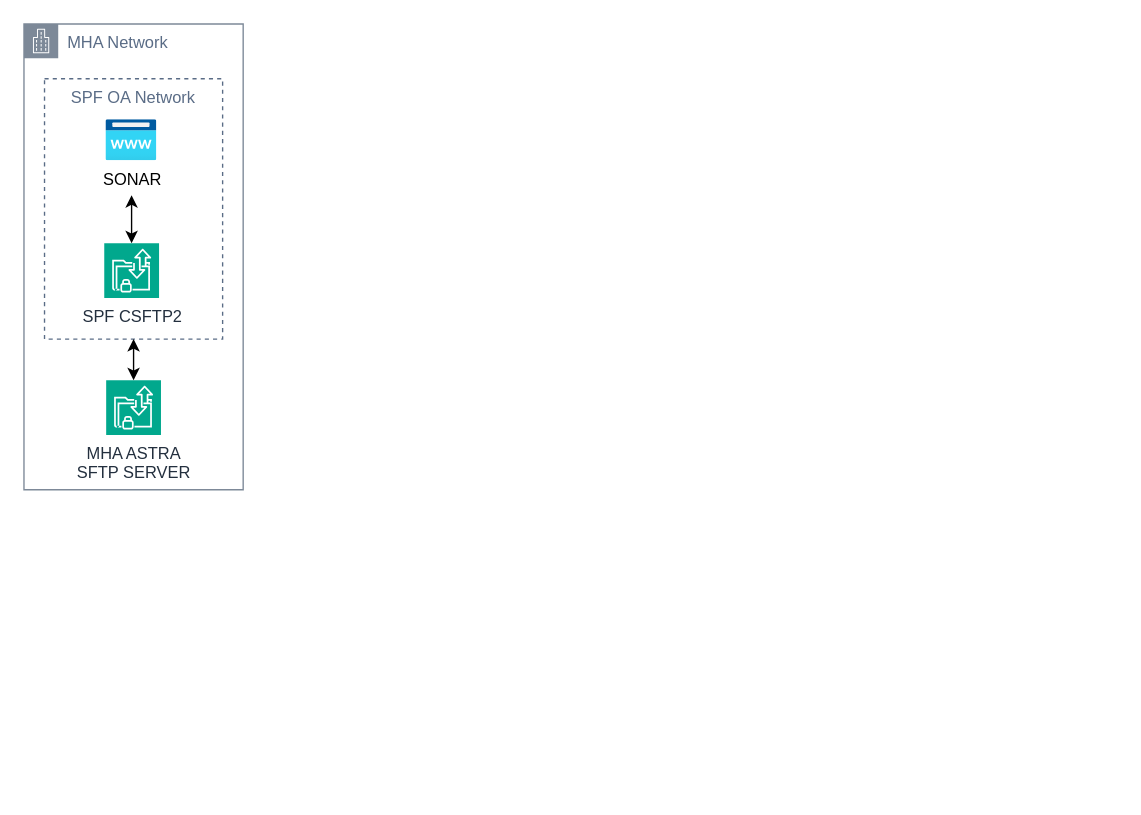
Earlier version of the draw.io diagram STR App.drawio (kelvinnvl/TGCopyBot). Source tidied: cells renumbered, new cells numbered last; positions are measured from the earlier drawing's top-left corner, leaving out a move shared by most shapes. Both pictures are drawn from the tidied source at 137%, with x=0, y=0 at pixel (23, 23).
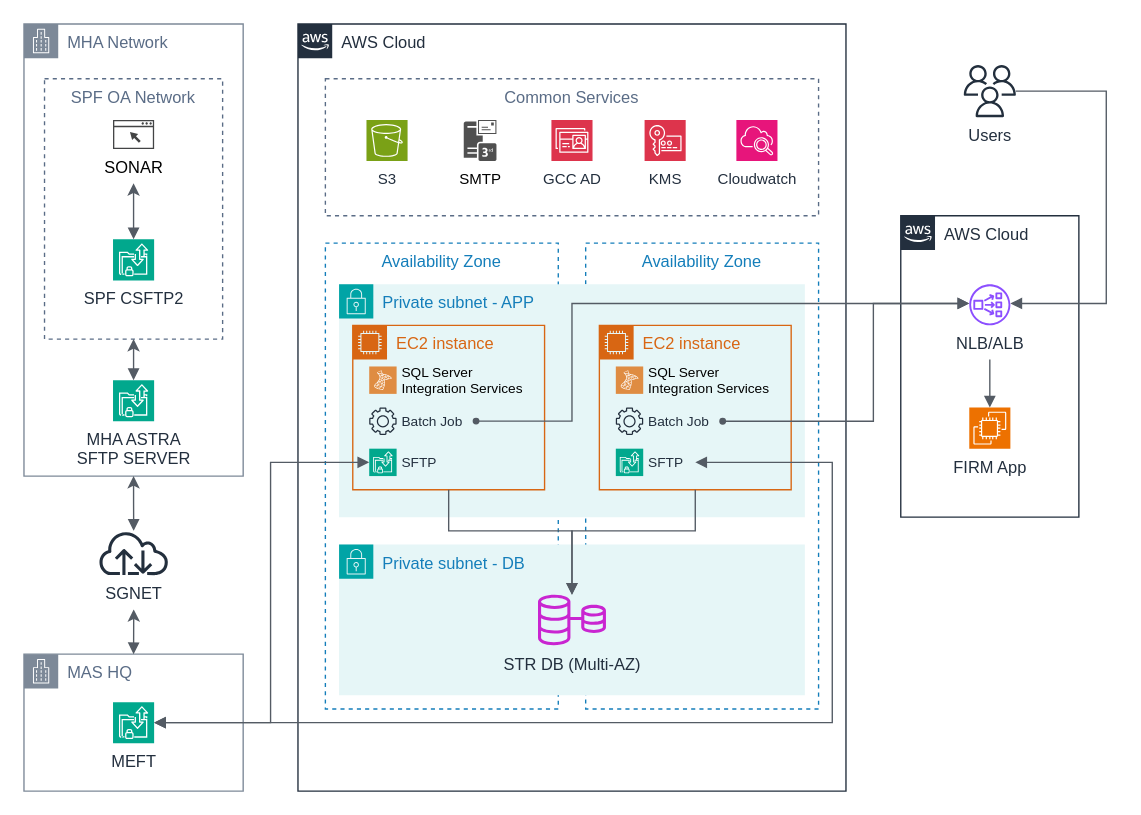
After the change.

Unchanged cells that the change refers to:
```xml
<mxCell id="3" value="SPF OA Network" style="fillColor=none;strokeColor=#5A6C86;dashed=1;verticalAlign=top;fontStyle=0;fontColor=#5A6C86;whiteSpace=wrap;html=1;" parent="2" vertex="1">
  <mxGeometry x="15" y="40" width="130" height="190" as="geometry" />
</mxCell>
```

Diff of the diagram source:
```diff
@@
     <mxCell id="2" value="MHA Network" style="points=[[0,0],[0.25,0],[0.5,0],[0.75,0],[1,0],[1,0.25],[1,0.5],[1,0.75],[1,1],[0.75,1],[0.5,1],[0.25,1],[0,1],[0,0.75],[0,0.5],[0,0.25]];outlineConnect=0;gradientColor=none;html=1;whiteSpace=wrap;fontSize=12;fontStyle=0;shape=mxgraph.aws4.group;grIcon=mxgraph.aws4.group_corporate_data_center;strokeColor=#7D8998;fillColor=none;verticalAlign=top;align=left;spacingLeft=30;fontColor=#5A6C86;dashed=0;" parent="1" vertex="1">
-      <mxGeometry width="160" height="340" as="geometry" />
+      <mxGeometry width="160" height="330" as="geometry" />
     </mxCell>
@@
-    <mxCell id="4" style="edgeStyle=orthogonalEdgeStyle;rounded=0;jettySize=auto;html=1;exitX=0.5;exitY=1;exitDx=0;exitDy=25;exitPerimeter=0;startArrow=classic;startFill=1;" parent="2" edge="1" source="5" target="6">
-      <mxGeometry relative="1" as="geometry" />
-    </mxCell>
-    <mxCell id="5" value="SONAR" style="image;html=1;points=[[0.5,1,0,0,25]];align=center;fontSize=12;image=img/lib/azure2/app_services/App_Service_Domains.svg;" parent="2" vertex="1">
-      <mxGeometry x="60" y="70" width="37.1" height="30" as="geometry" />
-    </mxCell>
     <mxCell id="6" value="SPF CSFTP2" style="sketch=0;points=[[0,0,0],[0.25,0,0],[0.5,0,0],[0.75,0,0],[1,0,0],[0,1,0],[0.25,1,0],[0.5,1,0],[0.75,1,0],[1,1,0],[0,0.25,0],[0,0.5,0],[0,0.75,0],[1,0.25,0],[1,0.5,0],[1,0.75,0]];outlineConnect=0;fontColor=#232F3E;fillColor=#01A88D;strokeColor=#ffffff;dashed=0;verticalLabelPosition=bottom;verticalAlign=top;align=center;html=1;fontSize=12;fontStyle=0;shape=mxgraph.aws4.resourceIcon;resIcon=mxgraph.aws4.transfer_for_sftp;" parent="2" vertex="1">
-      <mxGeometry x="58.6" y="160" width="40" height="40" as="geometry" />
+      <mxGeometry x="65" y="157.2" width="30" height="30" as="geometry" />
     </mxCell>
     <mxCell id="7" value="MHA ASTRA&lt;div&gt;SFTP SERVER&lt;/div&gt;" style="sketch=0;points=[[0,0,0],[0.25,0,0],[0.5,0,0],[0.75,0,0],[1,0,0],[0,1,0],[0.25,1,0],[0.5,1,0],[0.75,1,0],[1,1,0],[0,0.25,0],[0,0.5,0],[0,0.75,0],[1,0.25,0],[1,0.5,0],[1,0.75,0]];outlineConnect=0;fontColor=#232F3E;fillColor=#01A88D;strokeColor=#ffffff;dashed=0;verticalLabelPosition=bottom;verticalAlign=top;align=center;html=1;fontSize=12;fontStyle=0;shape=mxgraph.aws4.resourceIcon;resIcon=mxgraph.aws4.transfer_for_sftp;" parent="2" vertex="1">
-      <mxGeometry x="60" y="260" width="40" height="40" as="geometry" />
+      <mxGeometry x="65" y="260" width="30" height="30" as="geometry" />
     </mxCell>
+    <mxCell id="4" style="edgeStyle=orthogonalEdgeStyle;html=1;endArrow=block;elbow=vertical;startArrow=classic;endFill=1;strokeColor=#545B64;rounded=0;exitX=0.5;exitY=1;exitDx=0;exitDy=25;exitPerimeter=0;startFill=1;" parent="2" edge="1" source="5" target="6">
+      <mxGeometry relative="1" as="geometry" />
+    </mxCell>
-    <mxCell id="8" style="edgeStyle=orthogonalEdgeStyle;rounded=0;jettySize=auto;html=1;exitX=0.5;exitY=1;exitDx=0;exitDy=0;entryX=0.5;entryY=0;entryDx=0;entryDy=0;entryPerimeter=0;startArrow=classic;startFill=1;" parent="2" edge="1" source="3" target="7">
+    <mxCell id="8" style="edgeStyle=orthogonalEdgeStyle;html=1;endArrow=block;elbow=vertical;startArrow=classic;endFill=1;strokeColor=#545B64;rounded=0;exitX=0.5;exitY=1;exitDx=0;exitDy=0;startFill=1;" parent="2" edge="1" source="3" target="7">
       <mxGeometry relative="1" as="geometry" />
     </mxCell>
+    <mxCell id="5" value="SONAR" style="sketch=0;shadow=0;dashed=0;html=1;strokeColor=none;fillColor=#434445;labelPosition=center;verticalLabelPosition=bottom;verticalAlign=top;align=center;outlineConnect=0;shape=mxgraph.vvd.web_browser;points=[[0.5,1,0,0,25]];" parent="2" vertex="1">
+      <mxGeometry x="65" y="70" width="30" height="21.3" as="geometry" />
+    </mxCell>
+    <mxCell id="9" value="SGNET" style="sketch=0;outlineConnect=0;fontColor=#232F3E;gradientColor=none;fillColor=#232F3D;strokeColor=none;dashed=0;verticalLabelPosition=bottom;verticalAlign=top;align=center;html=1;fontSize=12;fontStyle=0;shape=mxgraph.aws4.internet;points=[[0.5,1,0,0,25]];" parent="1" vertex="1">
+      <mxGeometry x="53.8" y="370" width="52.5" height="32.3" as="geometry" />
+    </mxCell>
+    <mxCell id="10" value="MAS HQ" style="points=[[0,0],[0.25,0],[0.5,0],[0.75,0],[1,0],[1,0.25],[1,0.5],[1,0.75],[1,1],[0.75,1],[0.5,1],[0.25,1],[0,1],[0,0.75],[0,0.5],[0,0.25]];outlineConnect=0;gradientColor=none;html=1;whiteSpace=wrap;fontSize=12;fontStyle=0;shape=mxgraph.aws4.group;grIcon=mxgraph.aws4.group_corporate_data_center;strokeColor=#7D8998;fillColor=none;verticalAlign=top;align=left;spacingLeft=30;fontColor=#5A6C86;dashed=0;" parent="1" vertex="1">
+      <mxGeometry y="460" width="160" height="100" as="geometry" />
+    </mxCell>
+    <mxCell id="11" value="MEFT" style="sketch=0;points=[[0,0,0],[0.25,0,0],[0.5,0,0],[0.75,0,0],[1,0,0],[0,1,0],[0.25,1,0],[0.5,1,0],[0.75,1,0],[1,1,0],[0,0.25,0],[0,0.5,0],[0,0.75,0],[1,0.25,0],[1,0.5,0],[1,0.75,0]];outlineConnect=0;fontColor=#232F3E;fillColor=#01A88D;strokeColor=#ffffff;dashed=0;verticalLabelPosition=bottom;verticalAlign=top;align=center;html=1;fontSize=12;fontStyle=0;shape=mxgraph.aws4.resourceIcon;resIcon=mxgraph.aws4.transfer_for_sftp;" parent="10" vertex="1">
+      <mxGeometry x="65" y="35" width="30" height="30" as="geometry" />
+    </mxCell>
+    <mxCell id="12" value="AWS Cloud" style="gradientColor=none;html=1;whiteSpace=wrap;fontSize=12;fontStyle=0;shape=mxgraph.aws4.group;grIcon=mxgraph.aws4.group_aws_cloud_alt;strokeColor=#232F3E;fillColor=none;verticalAlign=top;align=left;spacingLeft=30;fontColor=#232F3E;dashed=0;" parent="1" vertex="1">
+      <mxGeometry x="200" width="400" height="560" as="geometry" />
+    </mxCell>
+    <mxCell id="13" value="Common Services" style="fillColor=none;strokeColor=#5A6C86;dashed=1;verticalAlign=top;fontStyle=0;fontColor=#5A6C86;whiteSpace=wrap;html=1;" parent="12" vertex="1">
+      <mxGeometry x="20" y="40" width="360" height="100" as="geometry" />
+    </mxCell>
+    <mxCell id="14" value="S3" style="sketch=0;fontColor=#232F3E;fillColor=#7AA116;strokeColor=#ffffff;dashed=0;verticalLabelPosition=bottom;verticalAlign=top;align=center;html=1;fontSize=11;fontStyle=0;shape=mxgraph.aws4.resourceIcon;resIcon=mxgraph.aws4.s3;" parent="12" vertex="1">
+      <mxGeometry x="50" y="70" width="30" height="30" as="geometry" />
+    </mxCell>
+    <mxCell id="15" value="GCC AD" style="sketch=0;fontColor=#232F3E;fillColor=#DD344C;strokeColor=#ffffff;dashed=0;verticalLabelPosition=bottom;verticalAlign=top;align=center;html=1;fontSize=11;fontStyle=0;shape=mxgraph.aws4.resourceIcon;resIcon=mxgraph.aws4.directory_service;" parent="12" vertex="1">
+      <mxGeometry x="185" y="70" width="30" height="30" as="geometry" />
+    </mxCell>
+    <mxCell id="16" value="KMS" style="sketch=0;fontColor=#232F3E;fillColor=#DD344C;strokeColor=#ffffff;dashed=0;verticalLabelPosition=bottom;verticalAlign=top;align=center;html=1;fontSize=11;fontStyle=0;shape=mxgraph.aws4.resourceIcon;resIcon=mxgraph.aws4.key_management_service;" parent="12" vertex="1">
+      <mxGeometry x="253" y="70" width="30" height="30" as="geometry" />
+    </mxCell>
+    <mxCell id="17" value="Cloudwatch" style="sketch=0;fontColor=#232F3E;fillColor=#E7157B;strokeColor=#ffffff;dashed=0;verticalLabelPosition=bottom;verticalAlign=top;align=center;html=1;fontSize=11;fontStyle=0;shape=mxgraph.aws4.resourceIcon;resIcon=mxgraph.aws4.cloudwatch_2;" parent="12" vertex="1">
+      <mxGeometry x="320" y="70" width="30" height="30" as="geometry" />
+    </mxCell>
+    <mxCell id="18" value="SMTP" style="sketch=0;shadow=0;dashed=0;html=1;strokeColor=none;fillColor=#505050;labelPosition=center;verticalLabelPosition=bottom;verticalAlign=top;align=center;shape=mxgraph.office.servers.3rd_party_mail_server;fontSize=11;" parent="12" vertex="1">
+      <mxGeometry x="121" y="70" width="23.9" height="30" as="geometry" />
+    </mxCell>
+    <mxCell id="19" value="Availability Zone" style="fillColor=none;strokeColor=#147EBA;dashed=1;verticalAlign=top;fontStyle=0;fontColor=#147EBA;whiteSpace=wrap;html=1;" parent="12" vertex="1">
+      <mxGeometry x="20" y="160" width="170" height="340" as="geometry" />
+    </mxCell>
+    <mxCell id="20" value="Availability Zone" style="fillColor=none;strokeColor=#147EBA;dashed=1;verticalAlign=top;fontStyle=0;fontColor=#147EBA;whiteSpace=wrap;html=1;" parent="12" vertex="1">
+      <mxGeometry x="210" y="160" width="170" height="340" as="geometry" />
+    </mxCell>
+    <mxCell id="21" value="Private subnet - APP" style="gradientColor=none;html=1;whiteSpace=wrap;fontSize=12;fontStyle=0;shape=mxgraph.aws4.group;grIcon=mxgraph.aws4.group_security_group;grStroke=0;strokeColor=#00A4A6;fillColor=#E6F6F7;verticalAlign=top;align=left;spacingLeft=30;fontColor=#147EBA;dashed=0;" parent="12" vertex="1">
+      <mxGeometry x="30" y="190" width="340" height="170" as="geometry" />
+    </mxCell>
+    <mxCell id="22" value="EC2 instance" style="points=[[0,0],[0.25,0],[0.5,0],[0.75,0],[1,0],[1,0.25],[1,0.5],[1,0.75],[1,1],[0.75,1],[0.5,1],[0.25,1],[0,1],[0,0.75],[0,0.5],[0,0.25]];outlineConnect=0;gradientColor=none;html=1;whiteSpace=wrap;fontSize=12;fontStyle=0;shape=mxgraph.aws4.group;grIcon=mxgraph.aws4.group_ec2_instance_contents;strokeColor=#D86613;fillColor=none;verticalAlign=top;align=left;spacingLeft=30;fontColor=#D86613;dashed=0;" parent="21" vertex="1">
+      <mxGeometry x="10" y="30" width="140" height="120" as="geometry" />
+    </mxCell>
+    <mxCell id="23" value="SQL Server&lt;div style=&quot;font-size: 10px;&quot;&gt;Integration Services&lt;/div&gt;" style="sketch=0;shadow=0;dashed=0;html=1;strokeColor=none;fillColor=#DF8C42;labelPosition=right;verticalLabelPosition=middle;verticalAlign=middle;align=left;shape=mxgraph.veeam2.microsoft_sql;fontSize=10;spacingLeft=2;" parent="22" vertex="1">
+      <mxGeometry x="12" y="30" width="20" height="20" as="geometry" />
+    </mxCell>
+    <mxCell id="24" value="SFTP" style="sketch=0;points=[[0,0,0],[0.25,0,0],[0.5,0,0],[0.75,0,0],[1,0,0],[0,1,0],[0.25,1,0],[0.5,1,0],[0.75,1,0],[1,1,0],[0,0.25,0],[0,0.5,0],[0,0.75,0],[1,0.25,0],[1,0.5,0],[1,0.75,0]];outlineConnect=0;fontColor=#232F3E;fillColor=#01A88D;strokeColor=#ffffff;dashed=0;verticalLabelPosition=middle;verticalAlign=middle;align=left;html=1;fontSize=10;fontStyle=0;shape=mxgraph.aws4.resourceIcon;resIcon=mxgraph.aws4.transfer_for_sftp;labelPosition=right;spacingLeft=2;" parent="22" vertex="1">
+      <mxGeometry x="12" y="90" width="20" height="20" as="geometry" />
+    </mxCell>
+    <mxCell id="25" value="Batch Job" style="sketch=0;fontColor=#232F3E;gradientColor=none;fillColor=#232F3D;strokeColor=none;dashed=0;verticalLabelPosition=middle;verticalAlign=middle;align=left;html=1;fontSize=10;fontStyle=0;shape=mxgraph.aws4.gear;labelPosition=right;spacingLeft=2;" parent="22" vertex="1">
+      <mxGeometry x="12" y="60" width="20" height="20" as="geometry" />
+    </mxCell>
+    <mxCell id="26" value="EC2 instance" style="points=[[0,0],[0.25,0],[0.5,0],[0.75,0],[1,0],[1,0.25],[1,0.5],[1,0.75],[1,1],[0.75,1],[0.5,1],[0.25,1],[0,1],[0,0.75],[0,0.5],[0,0.25]];outlineConnect=0;gradientColor=none;html=1;whiteSpace=wrap;fontSize=12;fontStyle=0;shape=mxgraph.aws4.group;grIcon=mxgraph.aws4.group_ec2_instance_contents;strokeColor=#D86613;fillColor=none;verticalAlign=top;align=left;spacingLeft=30;fontColor=#D86613;dashed=0;" parent="21" vertex="1">
+      <mxGeometry x="190" y="30" width="140" height="120" as="geometry" />
+    </mxCell>
+    <mxCell id="27" value="SQL Server&lt;div style=&quot;font-size: 10px;&quot;&gt;Integration Services&lt;/div&gt;" style="sketch=0;shadow=0;dashed=0;html=1;strokeColor=none;fillColor=#DF8C42;labelPosition=right;verticalLabelPosition=middle;verticalAlign=middle;align=left;shape=mxgraph.veeam2.microsoft_sql;fontSize=10;spacingLeft=2;" parent="26" vertex="1">
+      <mxGeometry x="12" y="30" width="20" height="20" as="geometry" />
+    </mxCell>
+    <mxCell id="28" value="SFTP" style="sketch=0;fontColor=#232F3E;fillColor=#01A88D;strokeColor=#ffffff;dashed=0;verticalLabelPosition=middle;verticalAlign=middle;align=left;html=1;fontSize=10;fontStyle=0;shape=mxgraph.aws4.resourceIcon;resIcon=mxgraph.aws4.transfer_for_sftp;labelPosition=right;spacingLeft=2;" parent="26" vertex="1">
+      <mxGeometry x="12" y="90" width="20" height="20" as="geometry" />
+    </mxCell>
+    <mxCell id="29" value="Batch Job" style="sketch=0;fontColor=#232F3E;gradientColor=none;fillColor=#232F3D;strokeColor=none;dashed=0;verticalLabelPosition=middle;verticalAlign=middle;align=left;html=1;fontSize=10;fontStyle=0;shape=mxgraph.aws4.gear;labelPosition=right;spacingLeft=2;" parent="26" vertex="1">
+      <mxGeometry x="12" y="60" width="20" height="20" as="geometry" />
+    </mxCell>
+    <mxCell id="30" value="Private subnet - DB" style="gradientColor=none;html=1;whiteSpace=wrap;fontSize=12;fontStyle=0;shape=mxgraph.aws4.group;grIcon=mxgraph.aws4.group_security_group;grStroke=0;strokeColor=#00A4A6;fillColor=#E6F6F7;verticalAlign=top;align=left;spacingLeft=30;fontColor=#147EBA;dashed=0;" parent="12" vertex="1">
+      <mxGeometry x="30" y="380" width="340" height="110" as="geometry" />
+    </mxCell>
+    <mxCell id="31" value="STR DB (Multi-AZ)" style="sketch=0;outlineConnect=0;fontColor=#232F3E;gradientColor=none;fillColor=#C925D1;strokeColor=none;dashed=0;verticalLabelPosition=bottom;verticalAlign=top;align=center;html=1;fontSize=12;fontStyle=0;shape=mxgraph.aws4.rds_multi_az;" parent="30" vertex="1">
+      <mxGeometry x="145.2" y="36.6" width="49.6" height="36.9" as="geometry" />
+    </mxCell>
+    <mxCell id="32" style="edgeStyle=orthogonalEdgeStyle;html=1;endArrow=block;elbow=vertical;startArrow=none;endFill=1;strokeColor=#545B64;rounded=0;exitX=0.5;exitY=1;exitDx=0;exitDy=0;" parent="12" edge="1" source="22" target="31">
+      <mxGeometry relative="1" as="geometry">
+        <Array as="points">
+          <mxPoint x="110" y="370" />
+          <mxPoint x="200" y="370" />
+        </Array>
+      </mxGeometry>
+    </mxCell>
+    <mxCell id="33" style="edgeStyle=orthogonalEdgeStyle;html=1;endArrow=block;elbow=vertical;startArrow=none;endFill=1;strokeColor=#545B64;rounded=0;exitX=0.5;exitY=1;exitDx=0;exitDy=0;" parent="12" edge="1" source="26" target="31">
+      <mxGeometry relative="1" as="geometry">
+        <Array as="points">
+          <mxPoint x="290" y="370" />
+          <mxPoint x="200" y="370" />
+        </Array>
+      </mxGeometry>
+    </mxCell>
+    <mxCell id="34" value="AWS Cloud" style="gradientColor=none;html=1;whiteSpace=wrap;fontSize=12;fontStyle=0;shape=mxgraph.aws4.group;grIcon=mxgraph.aws4.group_aws_cloud_alt;strokeColor=#232F3E;fillColor=none;verticalAlign=top;align=left;spacingLeft=30;fontColor=#232F3E;dashed=0;" parent="1" vertex="1">
+      <mxGeometry x="640" y="140" width="130" height="220" as="geometry" />
+    </mxCell>
+    <mxCell id="35" value="NLB/ALB" style="sketch=0;outlineConnect=0;fontColor=#232F3E;gradientColor=none;fillColor=#8C4FFF;strokeColor=none;dashed=0;verticalLabelPosition=bottom;verticalAlign=top;align=center;html=1;fontSize=12;fontStyle=0;shape=mxgraph.aws4.network_load_balancer;points=[[0.5,1,0,0,25]];" parent="34" vertex="1">
+      <mxGeometry x="50" y="50" width="30" height="30" as="geometry" />
+    </mxCell>
+    <mxCell id="36" value="FIRM App" style="sketch=0;points=[[0,0,0],[0.25,0,0],[0.5,0,0],[0.75,0,0],[1,0,0],[0,1,0],[0.25,1,0],[0.5,1,0],[0.75,1,0],[1,1,0],[0,0.25,0],[0,0.5,0],[0,0.75,0],[1,0.25,0],[1,0.5,0],[1,0.75,0]];outlineConnect=0;fontColor=#232F3E;fillColor=#ED7100;strokeColor=#ffffff;dashed=0;verticalLabelPosition=bottom;verticalAlign=top;align=center;html=1;fontSize=12;fontStyle=0;shape=mxgraph.aws4.resourceIcon;resIcon=mxgraph.aws4.ec2;" parent="34" vertex="1">
+      <mxGeometry x="50" y="140" width="30" height="30" as="geometry" />
+    </mxCell>
+    <mxCell id="37" style="edgeStyle=orthogonalEdgeStyle;html=1;endArrow=block;elbow=vertical;startArrow=none;endFill=1;strokeColor=#545B64;rounded=0;exitX=0.5;exitY=1;exitDx=0;exitDy=25;exitPerimeter=0;" parent="34" edge="1" source="35" target="36">
+      <mxGeometry relative="1" as="geometry" />
+    </mxCell>
+    <mxCell id="38" style="edgeStyle=orthogonalEdgeStyle;html=1;endArrow=block;elbow=vertical;startArrow=oval;endFill=1;strokeColor=#545B64;rounded=0;startFill=1;startSize=4;exitX=0.647;exitY=0.382;exitDx=0;exitDy=0;exitPerimeter=0;" parent="1" edge="1" source="19" target="35">
+      <mxGeometry relative="1" as="geometry">
+        <Array as="points">
+          <mxPoint x="400" y="290" />
+          <mxPoint x="400" y="204" />
+        </Array>
+      </mxGeometry>
+    </mxCell>
+    <mxCell id="39" style="edgeStyle=orthogonalEdgeStyle;html=1;endArrow=block;elbow=vertical;startArrow=oval;endFill=1;strokeColor=#545B64;rounded=0;startFill=1;startSize=4;" parent="1" edge="1" target="35">
+      <mxGeometry relative="1" as="geometry">
+        <mxPoint x="510" y="290" as="sourcePoint" />
+        <Array as="points">
+          <mxPoint x="620" y="290" />
+          <mxPoint x="620" y="204" />
+        </Array>
+      </mxGeometry>
+    </mxCell>
+    <mxCell id="40" value="Users" style="sketch=0;outlineConnect=0;fontColor=#232F3E;gradientColor=none;fillColor=#232F3D;strokeColor=none;dashed=0;verticalLabelPosition=bottom;verticalAlign=top;align=center;html=1;fontSize=12;fontStyle=0;shape=mxgraph.aws4.users;" parent="1" vertex="1">
+      <mxGeometry x="686" y="30" width="38" height="38" as="geometry" />
+    </mxCell>
+    <mxCell id="41" style="edgeStyle=orthogonalEdgeStyle;html=1;endArrow=block;elbow=vertical;startArrow=none;endFill=1;strokeColor=#545B64;rounded=0;jumpStyle=none;" parent="1" edge="1" source="40" target="35">
+      <mxGeometry relative="1" as="geometry">
+        <Array as="points">
+          <mxPoint x="790" y="49" />
+          <mxPoint x="790" y="204" />
+        </Array>
+      </mxGeometry>
+    </mxCell>
+    <mxCell id="42" style="edgeStyle=orthogonalEdgeStyle;html=1;endArrow=block;elbow=vertical;startArrow=classic;endFill=1;strokeColor=#545B64;rounded=0;exitX=0.5;exitY=1;exitDx=0;exitDy=25;exitPerimeter=0;startFill=1;" parent="1" edge="1" source="9" target="10">
+      <mxGeometry relative="1" as="geometry" />
+    </mxCell>
+    <mxCell id="43" style="edgeStyle=orthogonalEdgeStyle;html=1;endArrow=block;elbow=vertical;startArrow=classic;endFill=1;strokeColor=#545B64;rounded=0;exitX=0.5;exitY=1;exitDx=0;exitDy=0;startFill=1;" parent="1" edge="1" source="2" target="9">
+      <mxGeometry relative="1" as="geometry" />
+    </mxCell>
+    <mxCell id="44" style="edgeStyle=orthogonalEdgeStyle;html=1;endArrow=block;elbow=vertical;startArrow=block;startFill=1;endFill=1;strokeColor=#545B64;rounded=0;entryX=0;entryY=0.5;entryDx=0;entryDy=0;entryPerimeter=0;exitX=1;exitY=0.5;exitDx=0;exitDy=0;exitPerimeter=0;" parent="1" edge="1" source="11" target="24">
+      <mxGeometry relative="1" as="geometry">
+        <Array as="points">
+          <mxPoint x="180" y="510" />
+          <mxPoint x="180" y="320" />
+        </Array>
+      </mxGeometry>
+    </mxCell>
+    <mxCell id="45" style="edgeStyle=orthogonalEdgeStyle;html=1;endArrow=block;elbow=vertical;startArrow=block;startFill=1;endFill=1;strokeColor=#545B64;rounded=0;exitX=1;exitY=0.5;exitDx=0;exitDy=0;exitPerimeter=0;" parent="1" edge="1" source="11">
+      <mxGeometry relative="1" as="geometry">
+        <mxPoint x="490" y="320" as="targetPoint" />
+        <Array as="points">
+          <mxPoint x="590" y="510" />
+          <mxPoint x="590" y="320" />
+          <mxPoint x="490" y="320" />
+        </Array>
+      </mxGeometry>
+    </mxCell>
```
